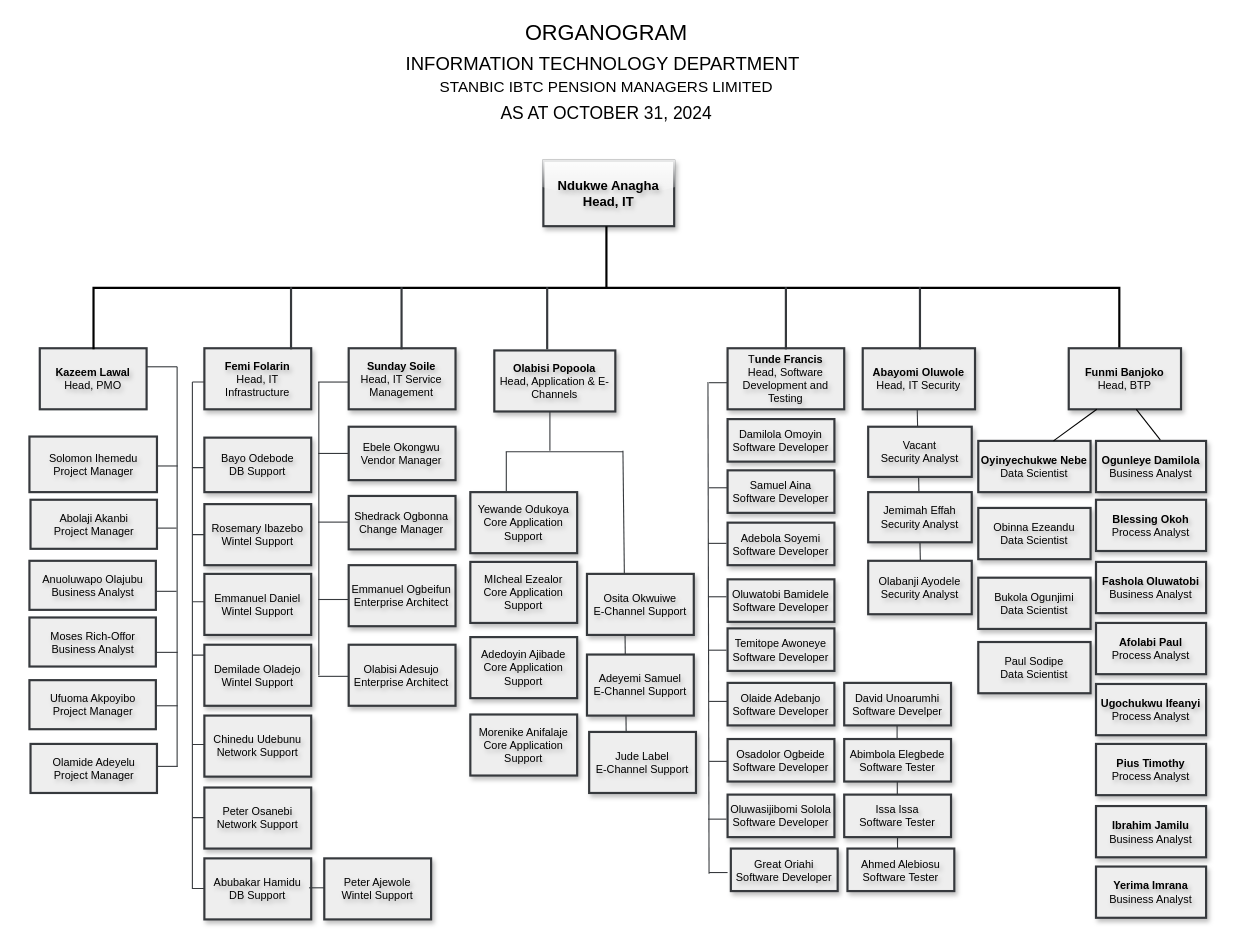
Before: page "Copy of Page-1" (2 of 3) of organogram.drawio in Great-B/standard-arch-diagrams, a draw.io diagram. Source tidied: cells renumbered, new cells numbered last; positions are measured from the earlier drawing's top-left corner, leaving out a move shared by most shapes. Both pictures are drawn from the tidied source at 109%, with x=0, y=0 at pixel (19, -226).
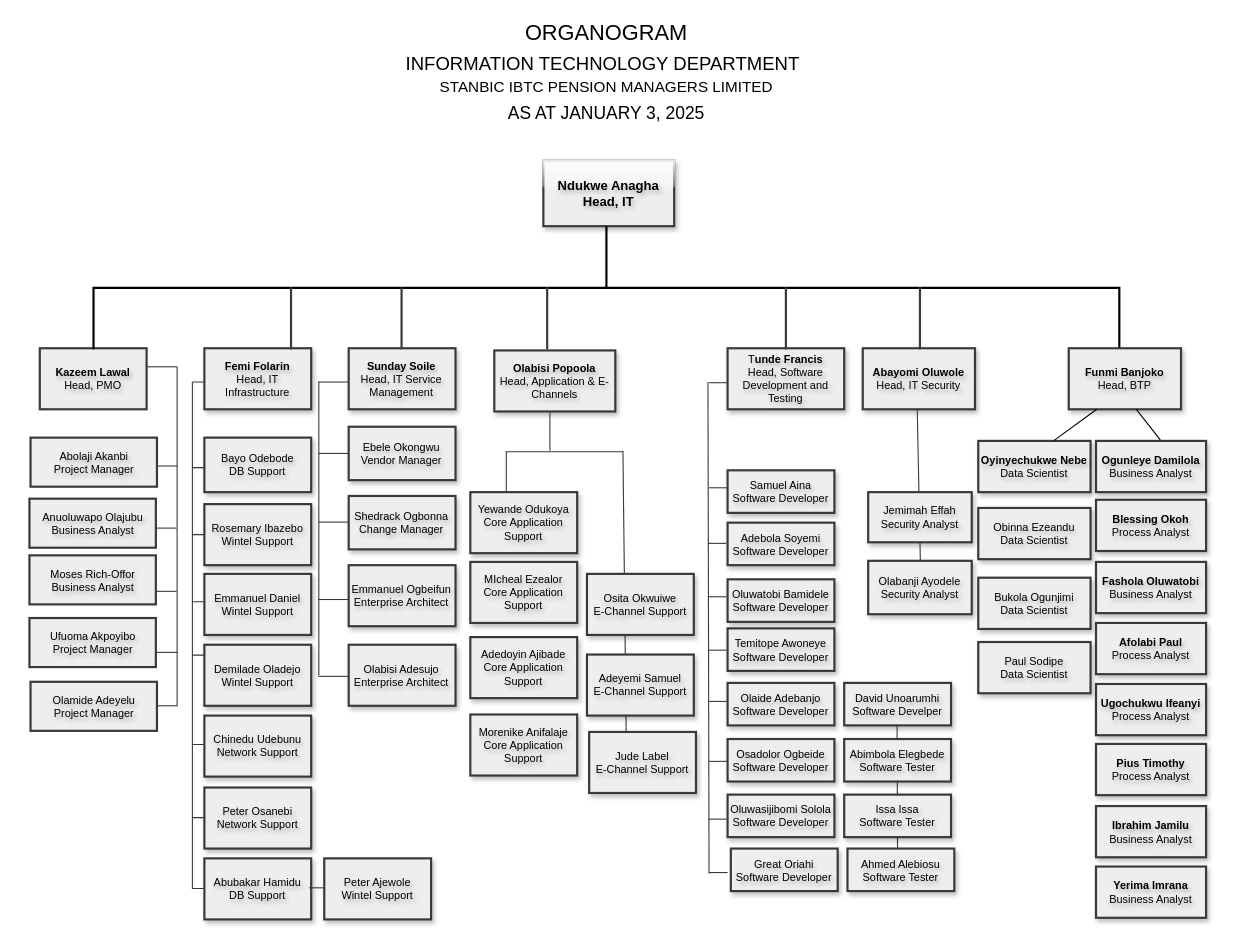
Above is the later version.

Diff of the diagram source:
```diff
@@
-    <mxCell id="10" value="&lt;font style=&quot;&quot;&gt;&lt;font style=&quot;font-size: 20px;&quot;&gt;ORGANOGRAM&lt;/font&gt;&lt;br&gt;&lt;/font&gt;&lt;div style=&quot;&quot;&gt;&lt;font style=&quot;&quot;&gt;&lt;font style=&quot;&quot;&gt;&lt;span style=&quot;background-color: initial;&quot;&gt;&lt;font style=&quot;font-size: 17px;&quot;&gt;INFORMATION TECHNOLOGY DEPARTMENT&lt;/font&gt;&lt;/span&gt;&lt;span style=&quot;font-size: 24px; background-color: initial;&quot;&gt;&amp;nbsp;&lt;br&gt;&lt;/span&gt;&lt;font style=&quot;font-size: 14px;&quot;&gt;STANBIC IBTC PENSION MANAGERS LIMITED&lt;/font&gt;&lt;/font&gt;&lt;/font&gt;&lt;div style=&quot;font-size: 23px;&quot;&gt;&lt;font size=&quot;3&quot; style=&quot;&quot;&gt;AS AT OCTOBER 31, 2024&lt;/font&gt;&lt;/div&gt;&lt;/div&gt;" style="rounded=0;whiteSpace=wrap;html=1;strokeColor=none;fillColor=none;" parent="1" vertex="1">
+    <mxCell id="10" value="&lt;font style=&quot;&quot;&gt;&lt;font style=&quot;font-size: 20px;&quot;&gt;ORGANOGRAM&lt;/font&gt;&lt;br&gt;&lt;/font&gt;&lt;div style=&quot;&quot;&gt;&lt;font style=&quot;&quot;&gt;&lt;font style=&quot;&quot;&gt;&lt;span style=&quot;background-color: initial;&quot;&gt;&lt;font style=&quot;font-size: 17px;&quot;&gt;INFORMATION TECHNOLOGY DEPARTMENT&lt;/font&gt;&lt;/span&gt;&lt;span style=&quot;font-size: 24px; background-color: initial;&quot;&gt;&amp;nbsp;&lt;br&gt;&lt;/span&gt;&lt;font style=&quot;font-size: 14px;&quot;&gt;STANBIC IBTC PENSION MANAGERS LIMITED&lt;/font&gt;&lt;/font&gt;&lt;/font&gt;&lt;div style=&quot;font-size: 23px;&quot;&gt;&lt;font size=&quot;3&quot; style=&quot;&quot;&gt;AS AT JANUARY 3, 2025&lt;/font&gt;&lt;/div&gt;&lt;/div&gt;" style="rounded=0;whiteSpace=wrap;html=1;strokeColor=none;fillColor=none;" parent="1" vertex="1">
       <mxGeometry x="-0.2" y="224" width="1078" height="98" as="geometry" />
     </mxCell>
@@
-    <mxCell id="23" value="&lt;span style=&quot;font-size: 10px;&quot;&gt;Damilola Omoyin&lt;br&gt;Software Developer&lt;/span&gt;" style="rounded=0;whiteSpace=wrap;html=1;strokeWidth=2;perimeterSpacing=0;glass=0;shadow=1;fontStyle=0;textShadow=1;fillColor=#eeeeee;strokeColor=#36393d;fontSize=10;" parent="1" vertex="1">
-      <mxGeometry x="650" y="591" width="98" height="39" as="geometry" />
-    </mxCell>
@@
     <mxCell id="33" style="endArrow=none;html=1;rounded=0;fillColor=#eeeeee;strokeColor=#36393d;fontSize=10;fontStyle=0;" parent="1" edge="1">
       <mxGeometry relative="1" as="geometry">
-        <mxPoint x="145" y="910" as="sourcePoint" />
+        <mxPoint x="145" y="854" as="sourcePoint" />
         <mxPoint x="145" y="543" as="targetPoint" />
       </mxGeometry>
     </mxCell>
@@
-    <mxCell id="47" value="&lt;span style=&quot;font-size: 10px;&quot;&gt;Solomon Ihemedu&lt;br&gt;Project Manager&lt;/span&gt;" style="rounded=0;whiteSpace=wrap;html=1;strokeWidth=2;perimeterSpacing=0;glass=0;shadow=0;fontStyle=0;labelBackgroundColor=none;labelBorderColor=none;textShadow=1;fillColor=#eeeeee;strokeColor=#36393d;fontSize=10;" parent="1" vertex="1">
-      <mxGeometry x="9.5" y="607" width="117" height="51" as="geometry" />
-    </mxCell>
@@
     <mxCell id="52" value="&lt;span style=&quot;font-size: 10px;&quot;&gt;Moses Rich-Offor&lt;br&gt;Business Analyst&lt;/span&gt;" style="rounded=0;whiteSpace=wrap;html=1;strokeWidth=2;perimeterSpacing=0;glass=0;shadow=0;fontStyle=0;textShadow=1;fillColor=#eeeeee;strokeColor=#36393d;fontSize=10;" parent="1" vertex="1">
-      <mxGeometry x="9.5" y="773" width="116" height="45" as="geometry" />
+      <mxGeometry x="9.5" y="716" width="116" height="45" as="geometry" />
     </mxCell>
     <mxCell id="53" value="&lt;span style=&quot;font-size: 10px;&quot;&gt;Abolaji Akanbi&lt;br&gt;Project Manager&lt;/span&gt;" style="rounded=0;whiteSpace=wrap;html=1;strokeWidth=2;perimeterSpacing=0;glass=0;shadow=0;fontStyle=0;textShadow=1;fillColor=#eeeeee;strokeColor=#36393d;fontSize=10;" parent="1" vertex="1">
-      <mxGeometry x="10.5" y="665" width="116" height="45" as="geometry" />
+      <mxGeometry x="10.5" y="608" width="116" height="45" as="geometry" />
     </mxCell>
     <mxCell id="54" value="&lt;span style=&quot;font-size: 10px;&quot;&gt;Anuoluwapo Olajubu&lt;br&gt;Business Analyst&lt;/span&gt;" style="rounded=0;whiteSpace=wrap;html=1;strokeWidth=2;perimeterSpacing=0;glass=0;shadow=0;fontStyle=0;textShadow=1;fillColor=#eeeeee;strokeColor=#36393d;fontSize=10;" parent="1" vertex="1">
-      <mxGeometry x="9.5" y="721" width="116" height="45" as="geometry" />
+      <mxGeometry x="9.5" y="664" width="116" height="45" as="geometry" />
     </mxCell>
@@
-    <mxCell id="86" style="endArrow=none;html=1;rounded=0;fillColor=#eeeeee;strokeColor=#36393d;fontSize=10;fontStyle=0;" parent="1" edge="1">
-      <mxGeometry relative="1" as="geometry">
-        <mxPoint x="123.5" y="909.6" as="sourcePoint" />
-        <mxPoint x="145.5" y="909.6" as="targetPoint" />
-      </mxGeometry>
-    </mxCell>
     <mxCell id="87" value="&lt;span style=&quot;font-size: 10px;&quot;&gt;Ufuoma Akpoyibo&lt;br&gt;Project Manager&lt;/span&gt;" style="rounded=0;whiteSpace=wrap;html=1;strokeWidth=2;perimeterSpacing=0;glass=0;shadow=0;fontStyle=0;textShadow=1;fillColor=#eeeeee;strokeColor=#36393d;fontSize=10;" parent="1" vertex="1">
-      <mxGeometry x="9.5" y="830.5" width="116" height="45" as="geometry" />
+      <mxGeometry x="9.5" y="773.5" width="116" height="45" as="geometry" />
     </mxCell>
     <mxCell id="88" value="&lt;span style=&quot;font-size: 10px;&quot;&gt;Olamide Adeyelu&lt;br&gt;Project Manager&lt;/span&gt;" style="rounded=0;whiteSpace=wrap;html=1;strokeWidth=2;perimeterSpacing=0;glass=0;shadow=0;fontStyle=0;textShadow=1;fillColor=#eeeeee;strokeColor=#36393d;fontSize=10;" parent="1" vertex="1">
-      <mxGeometry x="10.5" y="889" width="116" height="45" as="geometry" />
+      <mxGeometry x="10.5" y="832" width="116" height="45" as="geometry" />
     </mxCell>
@@
-    <mxCell id="95" value="&lt;span style=&quot;font-size: 10px;&quot;&gt;Vacant&lt;br&gt;Security Analyst&lt;/span&gt;" style="rounded=0;whiteSpace=wrap;html=1;strokeWidth=2;perimeterSpacing=0;glass=0;shadow=1;fontStyle=0;textShadow=1;fillColor=#eeeeee;strokeColor=#36393d;fontSize=10;" parent="1" vertex="1">
-      <mxGeometry x="779" y="598" width="95" height="46" as="geometry" />
-    </mxCell>
```
